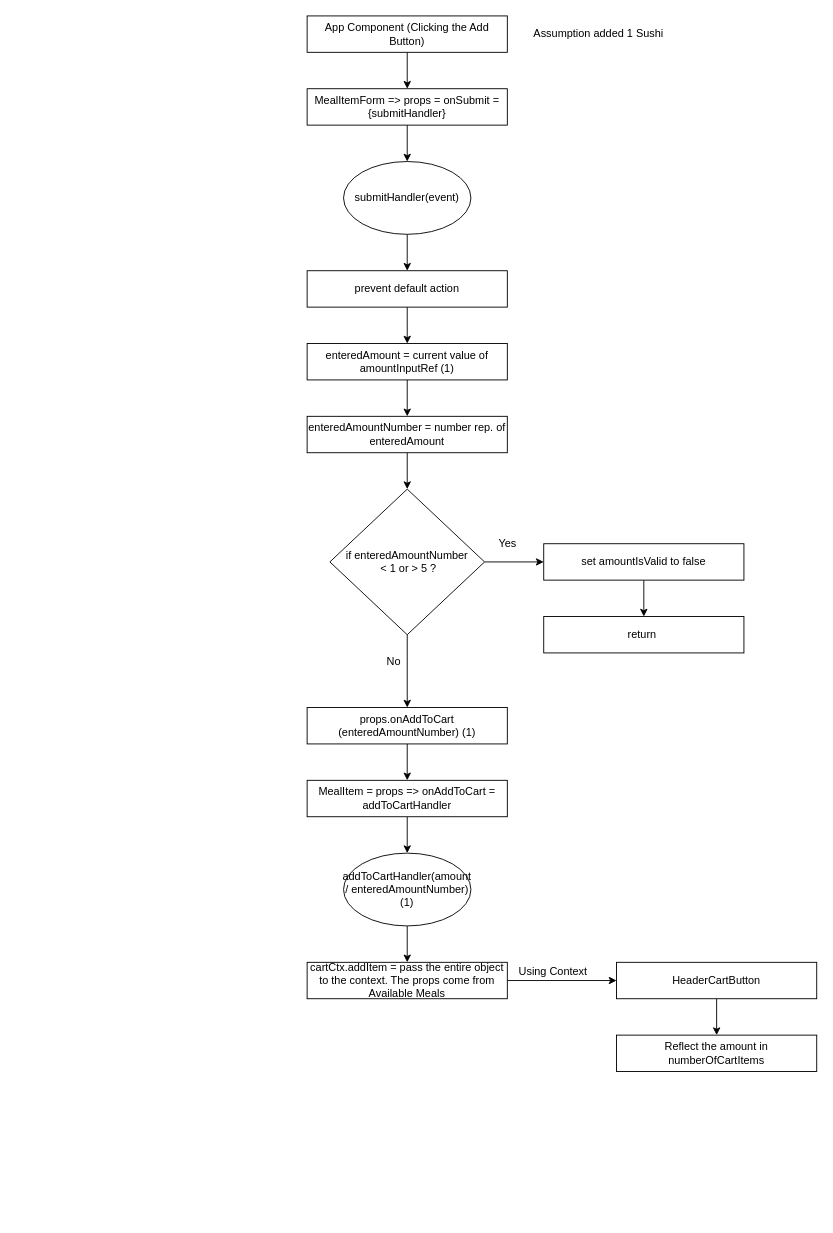
Earlier version of the draw.io diagram page "FoodOrderApp - On Clicking the Add Button in the form" (5 of 6) of Untitled Diagram.drawio (snair0410/story). Source tidied: cells renumbered, new cells numbered last; positions are measured from the earlier drawing's top-left corner, leaving out a move shared by most shapes. Both pictures are drawn from the tidied source at 91%, with x=0, y=0 at pixel (307, 15).
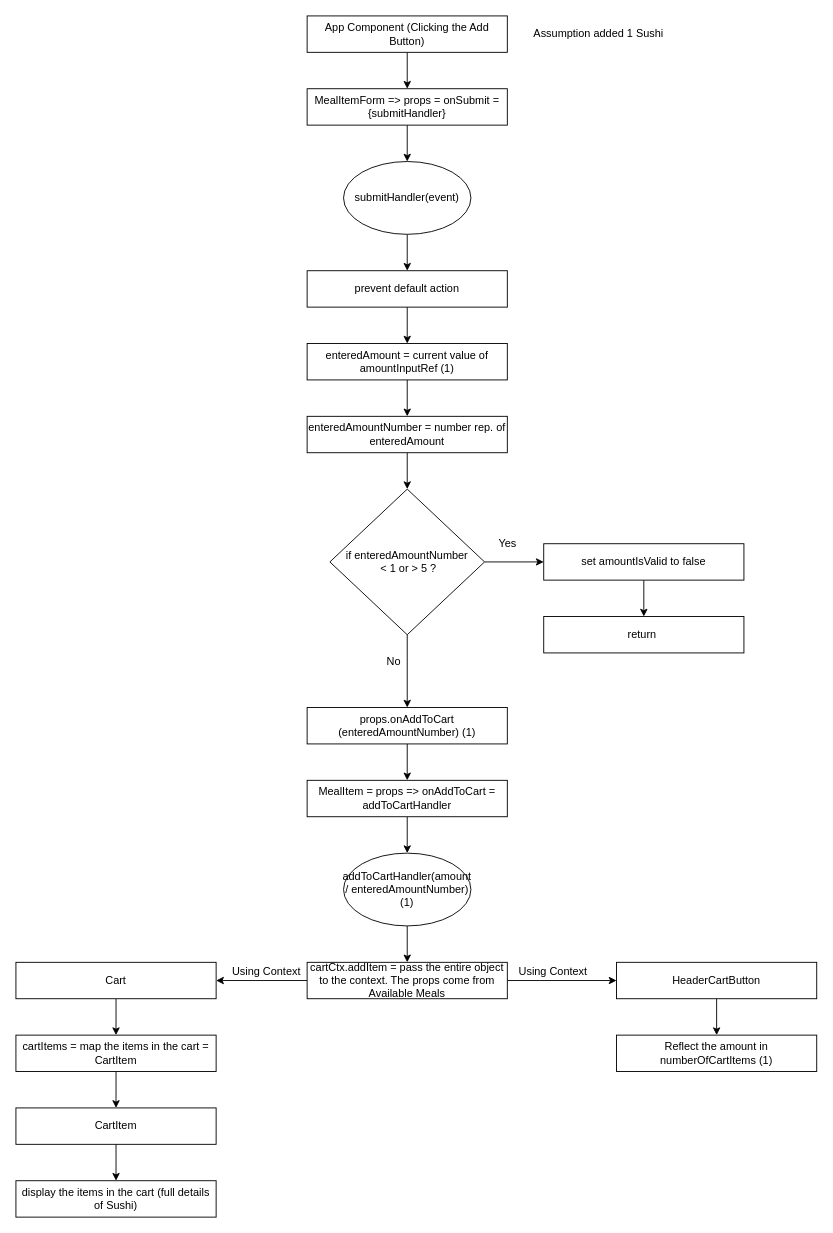
The same diagram, later.

Unchanged cells that the change refers to:
```xml
<mxCell id="30" value="cartCtx.addItem = pass the entire object to the context. The props come from Available Meals" style="whiteSpace=wrap;html=1;" parent="1" vertex="1">
  <mxGeometry y="1040" width="220" height="40" as="geometry" />
</mxCell>
```

Change to the diagram source:
```diff
@@
+    <mxCell id="35" style="edgeStyle=orthogonalEdgeStyle;rounded=0;jettySize=auto;html=1;exitX=0;exitY=0.5;exitDx=0;exitDy=0;entryX=1;entryY=0.5;entryDx=0;entryDy=0;" parent="1" edge="1" source="30" target="37">
+      <mxGeometry relative="1" as="geometry" />
+    </mxCell>
@@
-    <mxCell id="34" value="Reflect the amount in numberOfCartItems" style="whiteSpace=wrap;html=1;" parent="1" vertex="1">
+    <mxCell id="34" value="Reflect the amount in numberOfCartItems (1)" style="whiteSpace=wrap;html=1;" parent="1" vertex="1">
       <mxGeometry x="340" y="1120" width="220" height="40" as="geometry" />
     </mxCell>
+    <mxCell id="36" style="edgeStyle=orthogonalEdgeStyle;rounded=0;jettySize=auto;html=1;exitX=0.5;exitY=1;exitDx=0;exitDy=0;entryX=0.5;entryY=0;entryDx=0;entryDy=0;" parent="1" edge="1" source="37" target="40">
+      <mxGeometry relative="1" as="geometry" />
+    </mxCell>
+    <mxCell id="37" value="Cart" style="whiteSpace=wrap;html=1;" parent="1" vertex="1">
+      <mxGeometry x="-320" y="1040" width="220" height="40" as="geometry" />
+    </mxCell>
+    <mxCell id="38" value="Using Context" style="text;html=1;align=center;verticalAlign=middle;fillColor=none;strokeColor=none;rounded=0;" parent="1" vertex="1">
+      <mxGeometry x="-90" y="1040" width="90" height="20" as="geometry" />
+    </mxCell>
+    <mxCell id="39" style="edgeStyle=orthogonalEdgeStyle;rounded=0;jettySize=auto;html=1;exitX=0.5;exitY=1;exitDx=0;exitDy=0;entryX=0.5;entryY=0;entryDx=0;entryDy=0;" parent="1" edge="1" source="40" target="42">
+      <mxGeometry relative="1" as="geometry" />
+    </mxCell>
+    <mxCell id="40" value="cartItems = map the items in the cart = CartItem" style="whiteSpace=wrap;html=1;" parent="1" vertex="1">
+      <mxGeometry x="-320" y="1120" width="220" height="40" as="geometry" />
+    </mxCell>
+    <mxCell id="41" style="edgeStyle=orthogonalEdgeStyle;rounded=0;jettySize=auto;html=1;exitX=0.5;exitY=1;exitDx=0;exitDy=0;entryX=0.5;entryY=0;entryDx=0;entryDy=0;" parent="1" edge="1" source="42" target="43">
+      <mxGeometry relative="1" as="geometry" />
+    </mxCell>
+    <mxCell id="42" value="CartItem" style="whiteSpace=wrap;html=1;" parent="1" vertex="1">
+      <mxGeometry x="-320" y="1200" width="220" height="40" as="geometry" />
+    </mxCell>
+    <mxCell id="43" value="display the items in the cart (full details of Sushi)" style="whiteSpace=wrap;html=1;" parent="1" vertex="1">
+      <mxGeometry x="-320" y="1280" width="220" height="40" as="geometry" />
+    </mxCell>
```
